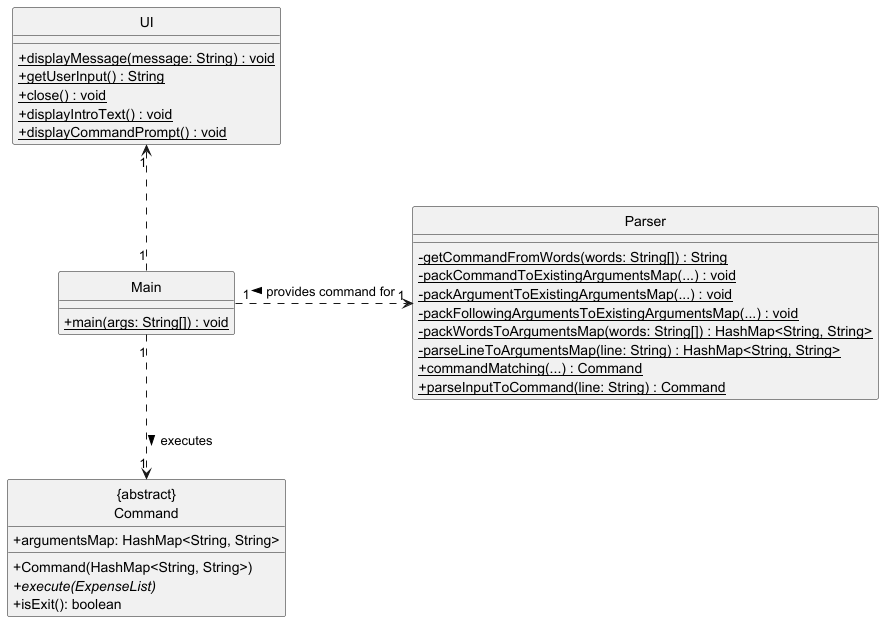
The PlantUML diagram docs/diagrams/images/UiToCommand.png in nus-cs2113-AY2425S1/tp, before a commit.
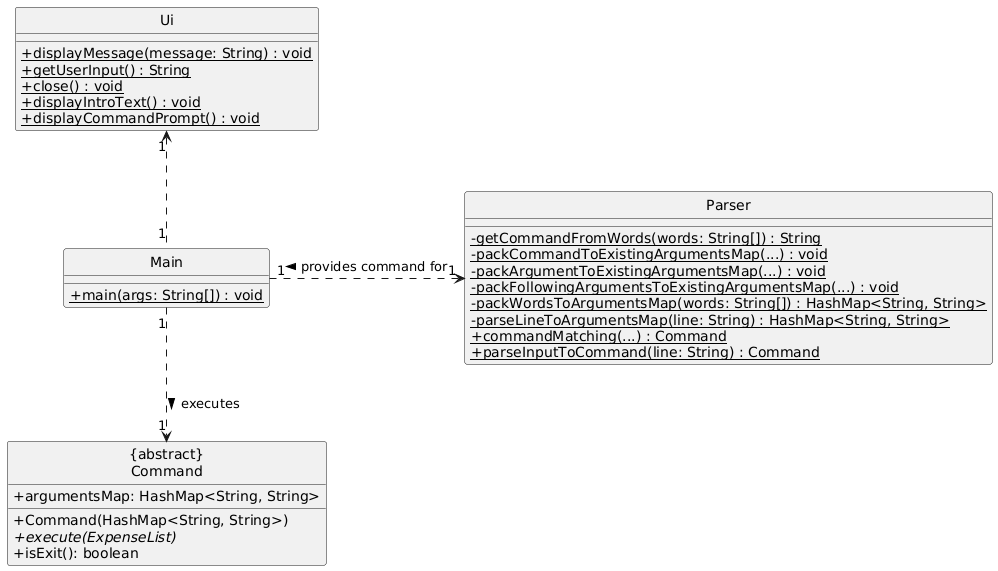
The same diagram one commit later.

Diff of the diagram source:
```diff
@@ -2,7 +2,7 @@
 skinparam classAttributeIconSize 0
 hide circle
 
-class UI {
+class Ui {
     +displayMessage(message: String) {static} : void
     +getUserInput() {static} : String
     +close() {static} : void
@@ -33,8 +33,7 @@
 }
 
 
-Main "1" .up.> "1" UI
+Main "1" .up.> "1" Ui
 Main "1" .right.> "1" Parser : < provides command for
 Main "1" .down.> "1" "{abstract}\nCommand" : executes >
-
 @enduml
```
